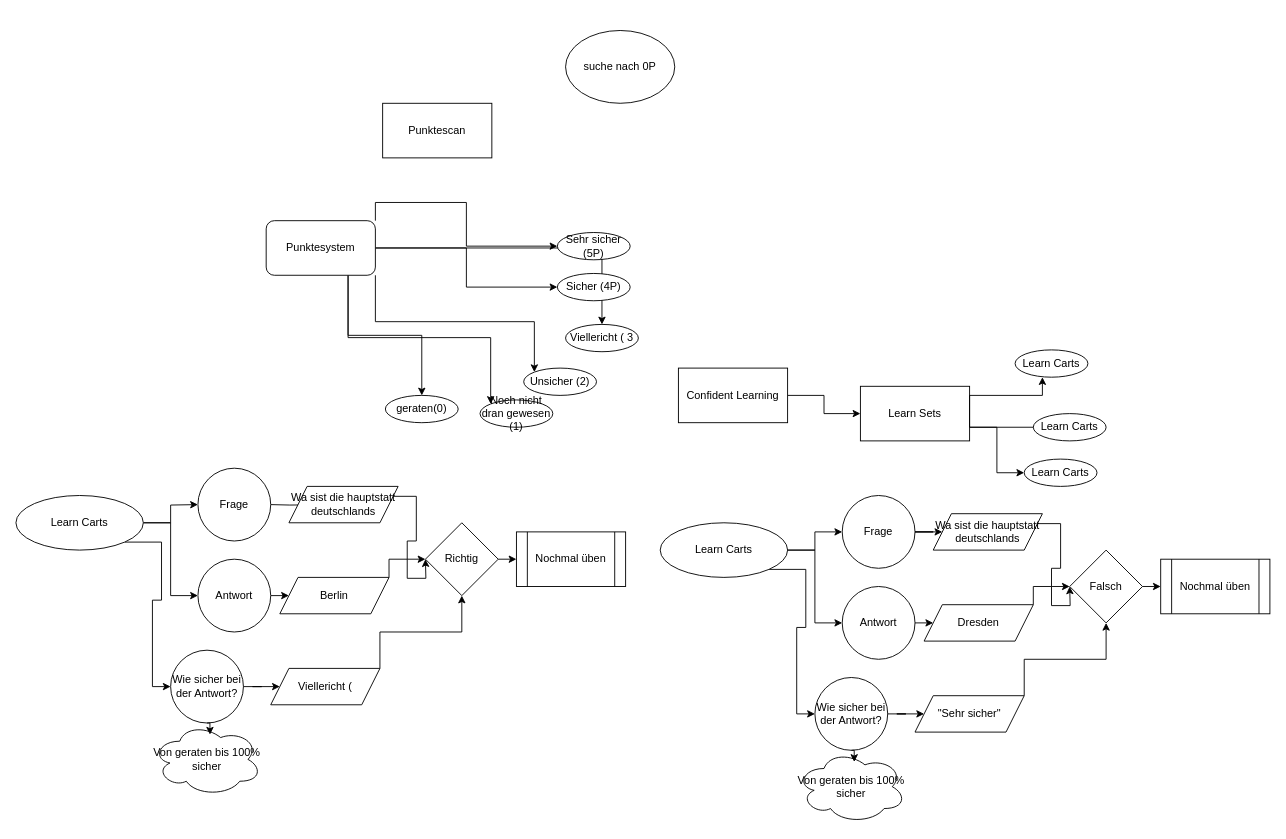
BibberCode/Learn-App keeps this draw.io diagram as LearnApp_Idee.drawio. Above is the earlier version. Source tidied: cells renumbered, new cells numbered last; positions are measured from the earlier drawing's top-left corner, leaving out a move shared by most shapes. Both pictures are drawn from the tidied source at 91%, with x=0, y=0 at pixel (15, 30).
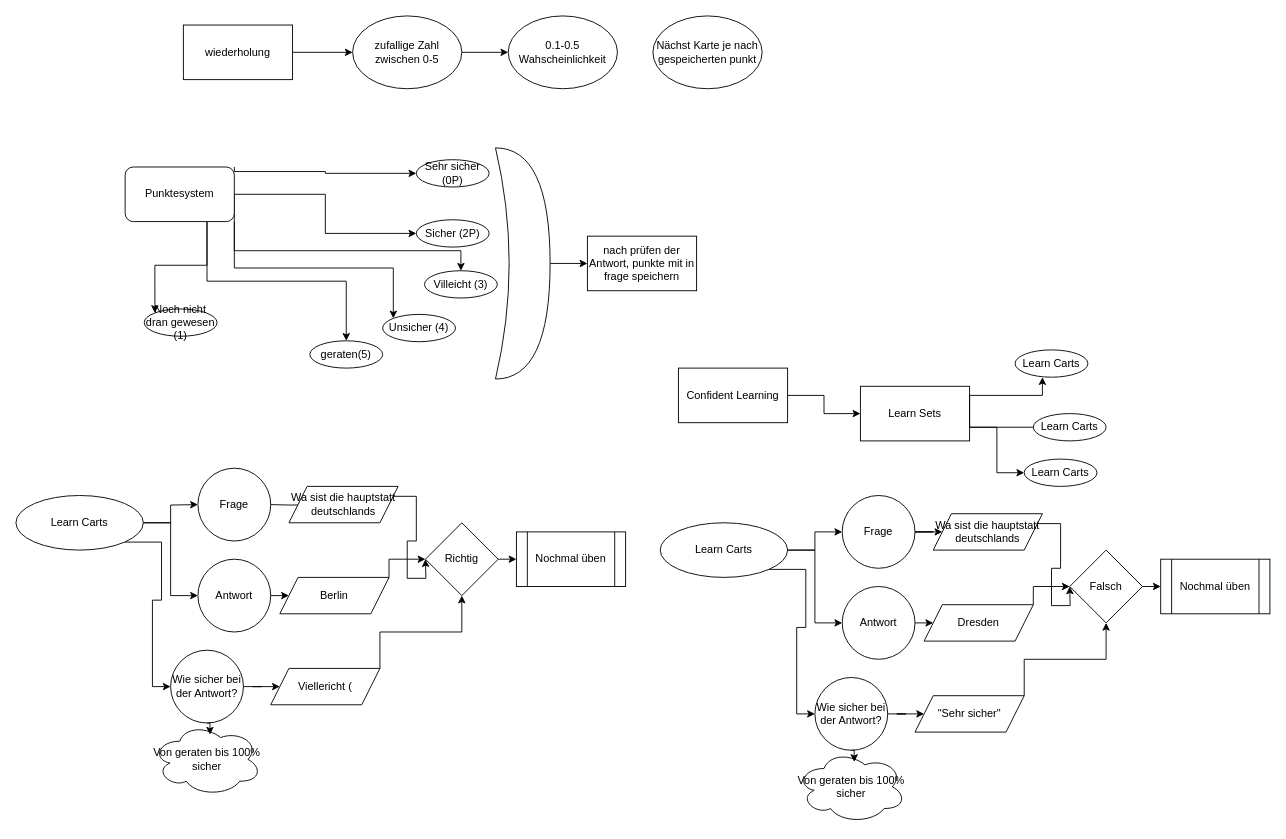
Above is the later version.

Change to the diagram source:
```diff
@@
     <mxCell id="54" style="edgeStyle=orthogonalEdgeStyle;rounded=0;jettySize=auto;html=1;exitX=1;exitY=0.5;exitDx=0;exitDy=0;labelBackgroundColor=none;fontColor=default;" parent="1" edge="1" source="58" target="62">
-      <mxGeometry relative="1" as="geometry" />
+      <mxGeometry relative="1" as="geometry">
+        <Array as="points">
+          <mxPoint x="240" y="242" />
+          <mxPoint x="489" y="242" />
+        </Array>
+      </mxGeometry>
     </mxCell>
@@
     <mxCell id="56" style="edgeStyle=orthogonalEdgeStyle;rounded=0;jettySize=auto;html=1;exitX=1;exitY=0;exitDx=0;exitDy=0;entryX=0;entryY=0.5;entryDx=0;entryDy=0;labelBackgroundColor=none;fontColor=default;" parent="1" edge="1" source="58" target="59">
-      <mxGeometry relative="1" as="geometry" />
+      <mxGeometry relative="1" as="geometry">
+        <Array as="points">
+          <mxPoint x="240" y="155" />
+          <mxPoint x="340" y="155" />
+          <mxPoint x="340" y="157" />
+        </Array>
+      </mxGeometry>
     </mxCell>
@@
     <mxCell id="58" value="Punktesystem" style="rounded=1;whiteSpace=wrap;html=1;labelBackgroundColor=none;" parent="1" vertex="1">
-      <mxGeometry x="275" y="209" width="120" height="60" as="geometry" />
+      <mxGeometry x="120" y="150" width="120" height="60" as="geometry" />
     </mxCell>
-    <mxCell id="59" value="Sehr sicher (5P)" style="ellipse;whiteSpace=wrap;html=1;labelBackgroundColor=none;" parent="1" vertex="1">
-      <mxGeometry x="595" y="222" width="80" height="30" as="geometry" />
+    <mxCell id="59" value="Sehr sicher (0P)" style="ellipse;whiteSpace=wrap;html=1;labelBackgroundColor=none;" parent="1" vertex="1">
+      <mxGeometry x="440" y="142" width="80" height="30" as="geometry" />
     </mxCell>
-    <mxCell id="60" value="Sicher (4P)" style="ellipse;whiteSpace=wrap;html=1;labelBackgroundColor=none;" parent="1" vertex="1">
-      <mxGeometry x="595" y="267" width="80" height="30" as="geometry" />
+    <mxCell id="60" value="Sicher (2P)" style="ellipse;whiteSpace=wrap;html=1;labelBackgroundColor=none;" parent="1" vertex="1">
+      <mxGeometry x="440" y="208" width="80" height="30" as="geometry" />
     </mxCell>
-    <mxCell id="61" value="Unsicher (2)" style="ellipse;whiteSpace=wrap;html=1;labelBackgroundColor=none;" parent="1" vertex="1">
-      <mxGeometry x="558" y="371" width="80" height="30" as="geometry" />
+    <mxCell id="61" value="Unsicher (4)" style="ellipse;whiteSpace=wrap;html=1;labelBackgroundColor=none;" parent="1" vertex="1">
+      <mxGeometry x="403" y="312" width="80" height="30" as="geometry" />
     </mxCell>
-    <mxCell id="62" value="Viellericht ( 3" style="ellipse;whiteSpace=wrap;html=1;labelBackgroundColor=none;" parent="1" vertex="1">
-      <mxGeometry x="604" y="323" width="80" height="30" as="geometry" />
+    <mxCell id="62" value="Villeicht (3)" style="ellipse;whiteSpace=wrap;html=1;labelBackgroundColor=none;" parent="1" vertex="1">
+      <mxGeometry x="449" y="264" width="80" height="30" as="geometry" />
     </mxCell>
-    <mxCell id="63" value="geraten(0)" style="ellipse;whiteSpace=wrap;html=1;labelBackgroundColor=none;" parent="1" vertex="1">
-      <mxGeometry x="406" y="401" width="80" height="30" as="geometry" />
+    <mxCell id="63" value="geraten(5)" style="ellipse;whiteSpace=wrap;html=1;labelBackgroundColor=none;" parent="1" vertex="1">
+      <mxGeometry x="323" y="341" width="80" height="30" as="geometry" />
     </mxCell>
     <mxCell id="64" value="Noch nicht dran gewesen (1)" style="ellipse;whiteSpace=wrap;html=1;labelBackgroundColor=none;" parent="1" vertex="1">
-      <mxGeometry x="510" y="406" width="80" height="30" as="geometry" />
+      <mxGeometry x="141" y="306" width="80" height="30" as="geometry" />
     </mxCell>
+    <mxCell id="67" style="edgeStyle=orthogonalEdgeStyle;rounded=0;jettySize=auto;html=1;exitX=1;exitY=0.5;exitDx=0;exitDy=0;entryX=0;entryY=0.5;entryDx=0;entryDy=0;" parent="1" edge="1" source="65" target="69">
+      <mxGeometry relative="1" as="geometry" />
+    </mxCell>
-    <mxCell id="65" value="Punktescan" style="rounded=0;whiteSpace=wrap;html=1;" parent="1" vertex="1">
-      <mxGeometry x="403" y="80" width="120" height="60" as="geometry" />
+    <mxCell id="65" value="wiederholung" style="rounded=0;whiteSpace=wrap;html=1;" parent="1" vertex="1">
+      <mxGeometry x="184" y="-6" width="120" height="60" as="geometry" />
     </mxCell>
-    <mxCell id="66" value="suche nach 0P" style="ellipse;whiteSpace=wrap;html=1;" parent="1" vertex="1">
-      <mxGeometry x="604" width="120" height="80" as="geometry" />
+    <mxCell id="66" value="0.1-0.5 Wahscheinlichkeit" style="ellipse;whiteSpace=wrap;html=1;" parent="1" vertex="1">
+      <mxGeometry x="541" y="-16" width="120" height="80" as="geometry" />
     </mxCell>
+    <mxCell id="68" style="edgeStyle=orthogonalEdgeStyle;rounded=0;jettySize=auto;html=1;exitX=1;exitY=0.5;exitDx=0;exitDy=0;entryX=0;entryY=0.5;entryDx=0;entryDy=0;" parent="1" edge="1" source="69" target="66">
+      <mxGeometry relative="1" as="geometry" />
+    </mxCell>
+    <mxCell id="69" value="zufallige Zahl zwischen 0-5" style="ellipse;whiteSpace=wrap;html=1;" parent="1" vertex="1">
+      <mxGeometry x="370" y="-16" width="120" height="80" as="geometry" />
+    </mxCell>
+    <mxCell id="70" value="Nächst Karte je nach gespeicherten punkt" style="ellipse;whiteSpace=wrap;html=1;" parent="1" vertex="1">
+      <mxGeometry x="700" y="-16" width="120" height="80" as="geometry" />
+    </mxCell>
+    <mxCell id="71" style="edgeStyle=orthogonalEdgeStyle;rounded=0;jettySize=auto;html=1;exitX=1;exitY=0.5;exitDx=0;exitDy=0;exitPerimeter=0;entryX=0;entryY=0.5;entryDx=0;entryDy=0;" parent="1" edge="1" source="72" target="73">
+      <mxGeometry relative="1" as="geometry" />
+    </mxCell>
+    <mxCell id="72" style="shape=xor;whiteSpace=wrap;html=1;" parent="1" vertex="1">
+      <mxGeometry x="527" y="129" width="60" height="254" as="geometry" />
+    </mxCell>
+    <mxCell id="73" value="nach prüfen der Antwort, punkte mit in frage speichern" style="rounded=0;whiteSpace=wrap;html=1;" parent="1" vertex="1">
+      <mxGeometry x="628" y="226" width="120" height="60" as="geometry" />
+    </mxCell>
```
